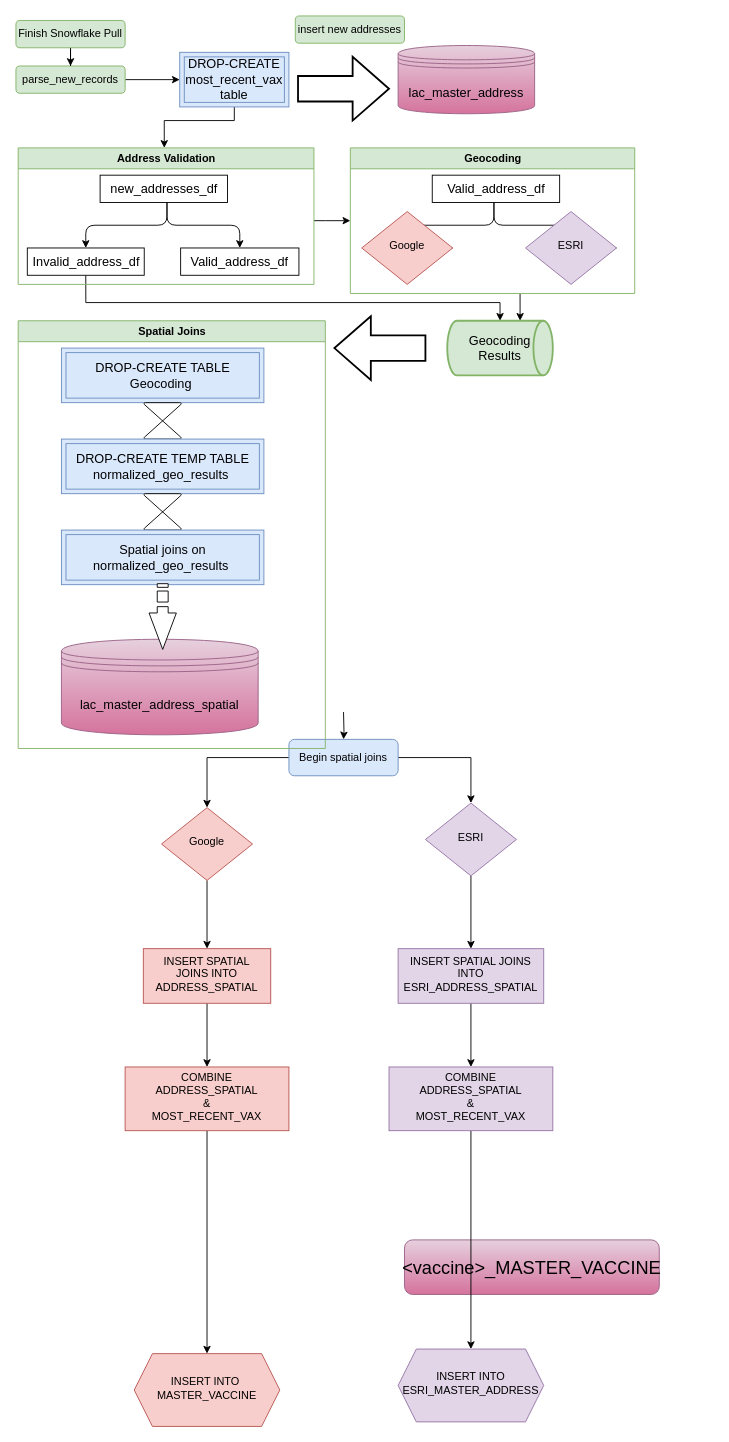
Earlier version of the draw.io diagram conolidated_address_pipeline.drawio (Primordial-Haggis/LA_county_vax_etl_workflow). Source tidied: cells renumbered, new cells numbered last; positions are measured from the earlier drawing's top-left corner, leaving out a move shared by most shapes. Both pictures are drawn from the tidied source at 91%, with x=0, y=0 at pixel (15, 15).
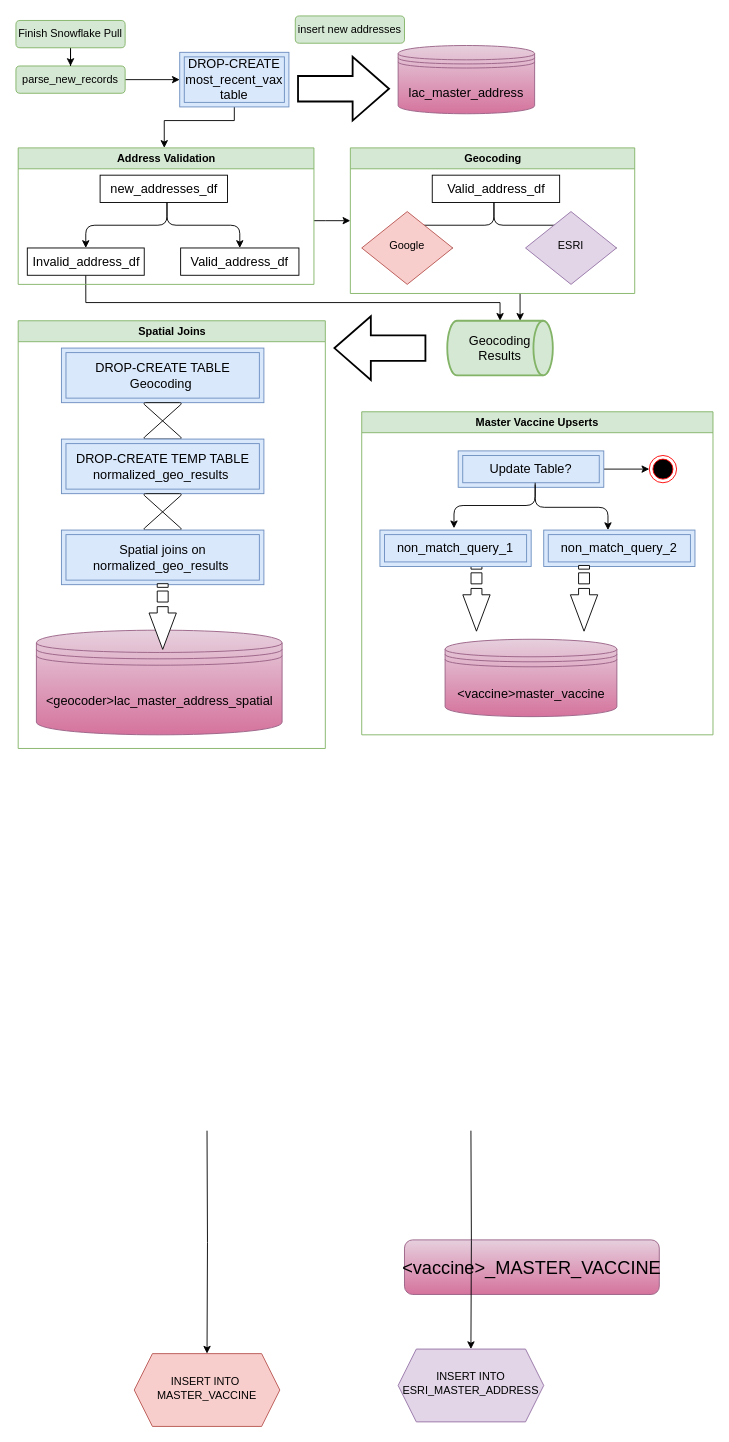
The same diagram, later.

The change refers to these unchanged cells:
```xml
<mxCell id="19" value="INSERT INTO&amp;nbsp;&lt;br&gt;MASTER_VACCINE" style="shape=hexagon;perimeter=hexagonPerimeter2;whiteSpace=wrap;html=1;fixedSize=1;fillColor=#f8cecc;strokeColor=#b85450;shadow=0;strokeWidth=1;spacing=6;spacingTop=-4;" parent="1" vertex="1">
  <mxGeometry x="130" y="1470" width="160" height="80" as="geometry" />
</mxCell>
<mxCell id="20" value="INSERT INTO ESRI_MASTER_ADDRESS" style="shape=hexagon;perimeter=hexagonPerimeter2;whiteSpace=wrap;html=1;fixedSize=1;fillColor=#e1d5e7;strokeColor=#9673a6;shadow=0;strokeWidth=1;spacing=6;spacingTop=-4;" parent="1" vertex="1">
  <mxGeometry x="420" y="1465" width="160" height="80" as="geometry" />
</mxCell>
<mxCell id="48" value="Spatial Joins" style="horizontal=1;whiteSpace=wrap;html=1;fontSize=12;glass=0;strokeWidth=1;shadow=0;fillColor=#d5e8d4;strokeColor=#82b366;swimlane;" parent="1" vertex="1">
  <mxGeometry x="2.5" y="335" width="337.5" height="470" as="geometry" />
</mxCell>
```

Change to the diagram source:
```diff
@@
-    <mxCell id="2" style="edgeStyle=orthogonalEdgeStyle;rounded=0;jettySize=auto;html=1;" parent="1" edge="1" target="5">
-      <mxGeometry relative="1" as="geometry">
-        <mxPoint x="360" y="765" as="sourcePoint" />
-      </mxGeometry>
-    </mxCell>
-    <mxCell id="3" style="edgeStyle=orthogonalEdgeStyle;rounded=0;jettySize=auto;html=1;entryX=0.5;entryY=0;entryDx=0;entryDy=0;" parent="1" edge="1" source="5" target="9">
-      <mxGeometry relative="1" as="geometry" />
-    </mxCell>
-    <mxCell id="4" style="edgeStyle=orthogonalEdgeStyle;rounded=0;jettySize=auto;html=1;entryX=0.5;entryY=0;entryDx=0;entryDy=0;" parent="1" edge="1" source="5" target="7">
-      <mxGeometry relative="1" as="geometry" />
-    </mxCell>
-    <mxCell id="5" value="Begin spatial joins" style="rounded=1;whiteSpace=wrap;html=1;fontSize=12;glass=0;strokeWidth=1;shadow=0;fillColor=#dae8fc;strokeColor=#6c8ebf;" parent="1" vertex="1">
-      <mxGeometry x="300" y="795" width="120" height="40" as="geometry" />
-    </mxCell>
-    <mxCell id="6" style="edgeStyle=orthogonalEdgeStyle;rounded=0;jettySize=auto;html=1;fontSize=12;" parent="1" edge="1" source="7" target="11">
-      <mxGeometry relative="1" as="geometry" />
-    </mxCell>
-    <mxCell id="7" value="Google" style="rhombus;whiteSpace=wrap;html=1;shadow=0;fontFamily=Helvetica;fontSize=12;align=center;strokeWidth=1;spacing=6;spacingTop=-4;fillColor=#f8cecc;strokeColor=#b85450;" parent="1" vertex="1">
-      <mxGeometry x="160" y="870" width="100" height="80" as="geometry" />
-    </mxCell>
-    <mxCell id="8" style="edgeStyle=orthogonalEdgeStyle;rounded=0;jettySize=auto;html=1;fontSize=12;" parent="1" edge="1" source="9" target="13">
-      <mxGeometry relative="1" as="geometry" />
-    </mxCell>
-    <mxCell id="9" value="ESRI" style="rhombus;whiteSpace=wrap;html=1;shadow=0;fontFamily=Helvetica;fontSize=12;align=center;strokeWidth=1;spacing=6;spacingTop=-4;fillColor=#e1d5e7;strokeColor=#9673a6;" parent="1" vertex="1">
-      <mxGeometry x="450" y="865" width="100" height="80" as="geometry" />
-    </mxCell>
-    <mxCell id="10" style="edgeStyle=orthogonalEdgeStyle;rounded=0;jettySize=auto;html=1;fontSize=20;fontColor=#000000;" parent="1" edge="1" source="11" target="16">
-      <mxGeometry relative="1" as="geometry">
-        <Array as="points">
-          <mxPoint x="210" y="1205" />
-        </Array>
-      </mxGeometry>
-    </mxCell>
-    <mxCell id="11" value="INSERT SPATIAL JOINS INTO ADDRESS_SPATIAL" style="whiteSpace=wrap;html=1;fillColor=#f8cecc;strokeColor=#b85450;shadow=0;strokeWidth=1;spacing=6;spacingTop=-4;" parent="1" vertex="1">
-      <mxGeometry x="140" y="1025" width="140" height="60" as="geometry" />
-    </mxCell>
-    <mxCell id="12" style="edgeStyle=orthogonalEdgeStyle;rounded=0;jettySize=auto;html=1;fontSize=20;fontColor=#000000;" parent="1" edge="1" source="13" target="18">
-      <mxGeometry relative="1" as="geometry" />
-    </mxCell>
-    <mxCell id="13" value="INSERT SPATIAL JOINS INTO ESRI_ADDRESS_SPATIAL" style="whiteSpace=wrap;html=1;fillColor=#e1d5e7;strokeColor=#9673a6;shadow=0;strokeWidth=1;spacing=6;spacingTop=-4;" parent="1" vertex="1">
-      <mxGeometry x="420" y="1025" width="160" height="60" as="geometry" />
-    </mxCell>
@@
-    <mxCell id="15" style="edgeStyle=orthogonalEdgeStyle;rounded=0;jettySize=auto;html=1;fontSize=20;fontColor=#000000;" parent="1" edge="1" source="16" target="19">
-      <mxGeometry relative="1" as="geometry" />
+    <mxCell id="15" style="edgeStyle=orthogonalEdgeStyle;rounded=0;jettySize=auto;html=1;fontSize=20;fontColor=#000000;" parent="1" edge="1" target="19">
+      <mxGeometry relative="1" as="geometry">
+        <mxPoint x="210" y="1225" as="sourcePoint" />
+      </mxGeometry>
     </mxCell>
-    <mxCell id="16" value="COMBINE&lt;br&gt;ADDRESS_SPATIAL&lt;br&gt;&amp;amp;&lt;br&gt;MOST_RECENT_VAX" style="whiteSpace=wrap;html=1;fillColor=#f8cecc;strokeColor=#b85450;shadow=0;strokeWidth=1;spacing=6;spacingTop=-4;" parent="1" vertex="1">
-      <mxGeometry x="120" y="1155" width="180" height="70" as="geometry" />
-    </mxCell>
-    <mxCell id="17" style="edgeStyle=orthogonalEdgeStyle;rounded=0;jettySize=auto;html=1;fontSize=20;fontColor=#000000;" parent="1" edge="1" source="18" target="20">
-      <mxGeometry relative="1" as="geometry" />
+    <mxCell id="17" style="edgeStyle=orthogonalEdgeStyle;rounded=0;jettySize=auto;html=1;fontSize=20;fontColor=#000000;" parent="1" edge="1" target="20">
+      <mxGeometry relative="1" as="geometry">
+        <mxPoint x="500" y="1225" as="sourcePoint" />
+      </mxGeometry>
     </mxCell>
-    <mxCell id="18" value="COMBINE&lt;br&gt;ADDRESS_SPATIAL&lt;br&gt;&amp;amp;&lt;br&gt;MOST_RECENT_VAX" style="whiteSpace=wrap;html=1;fillColor=#e1d5e7;strokeColor=#9673a6;shadow=0;strokeWidth=1;spacing=6;spacingTop=-4;" parent="1" vertex="1">
-      <mxGeometry x="410" y="1155" width="180" height="70" as="geometry" />
-    </mxCell>
@@
-    <mxCell id="50" value="&lt;font style=&quot;font-size: 14px;&quot;&gt;lac_master_address_spatial&lt;/font&gt;" style="shape=datastore;whiteSpace=wrap;html=1;fontSize=18;fontSize=20;fillColor=#e6d0de;gradientColor=#d5739d;strokeColor=#996185;" parent="48" vertex="1">
-      <mxGeometry x="47.5" y="350" width="216.2" height="105" as="geometry" />
+    <mxCell id="50" value="&lt;font style=&quot;font-size: 14px;&quot;&gt;&amp;lt;geocoder&amp;gt;lac_master_address_spatial&lt;/font&gt;" style="shape=datastore;whiteSpace=wrap;html=1;fontSize=18;fontSize=20;fillColor=#e6d0de;gradientColor=#d5739d;strokeColor=#996185;" parent="48" vertex="1">
+      <mxGeometry x="20" y="340" width="270" height="115" as="geometry" />
     </mxCell>
@@
+    <mxCell id="57" value="Master Vaccine Upserts" style="horizontal=1;whiteSpace=wrap;html=1;fontSize=12;glass=0;strokeWidth=1;shadow=0;fillColor=#d5e8d4;strokeColor=#82b366;swimlane;" parent="1" vertex="1">
+      <mxGeometry x="380" y="435" width="386" height="355" as="geometry" />
+    </mxCell>
+    <mxCell id="58" style="html=1;shadow=0;dashed=0;align=center;verticalAlign=middle;shape=mxgraph.arrows2.stripedArrow;dy=0.6;dx=40;notch=25.24;fontSize=14;rotation=90;" parent="57" vertex="1">
+      <mxGeometry x="90" y="190" width="72.2" height="30" as="geometry" />
+    </mxCell>
+    <mxCell id="59" value="&lt;font style=&quot;font-size: 14px;&quot;&gt;&amp;lt;vaccine&amp;gt;master_vaccine&lt;/font&gt;" style="shape=datastore;whiteSpace=wrap;html=1;fontSize=18;fontSize=20;fillColor=#e6d0de;gradientColor=#d5739d;strokeColor=#996185;" parent="57" vertex="1">
+      <mxGeometry x="91.6" y="250" width="188.8" height="85" as="geometry" />
+    </mxCell>
+    <mxCell id="60" style="ellipse;html=1;shape=endState;fillColor=#000000;strokeColor=#ff0000;fontSize=14;" parent="57" vertex="1">
+      <mxGeometry x="316" y="48" width="30" height="30" as="geometry" />
+    </mxCell>
+    <mxCell id="61" value="non_match_query_1" style="shape=ext;margin=3;double=1;whiteSpace=wrap;html=1;align=center;fontSize=14;fillColor=#dae8fc;strokeColor=#6c8ebf;" parent="57" vertex="1">
+      <mxGeometry x="20" y="130" width="166.2" height="40" as="geometry" />
+    </mxCell>
+    <mxCell id="62" style="edgeStyle=orthogonalEdgeStyle;rounded=0;jettySize=auto;html=1;fontSize=14;" parent="57" edge="1" source="63" target="60">
+      <mxGeometry relative="1" as="geometry" />
+    </mxCell>
+    <mxCell id="63" value="Update Table?" style="shape=ext;margin=3;double=1;whiteSpace=wrap;html=1;align=center;fontSize=14;fillColor=#dae8fc;strokeColor=#6c8ebf;" parent="57" vertex="1">
+      <mxGeometry x="106" y="43" width="160" height="40" as="geometry" />
+    </mxCell>
+    <mxCell id="64" value="non_match_query_2" style="shape=ext;margin=3;double=1;whiteSpace=wrap;html=1;align=center;fontSize=14;fillColor=#dae8fc;strokeColor=#6c8ebf;" parent="57" vertex="1">
+      <mxGeometry x="200" y="130" width="166.2" height="40" as="geometry" />
+    </mxCell>
+    <mxCell id="65" style="edgeStyle=elbowEdgeStyle;elbow=vertical;html=1;rounded=1;curved=0;sourcePerimeterSpacing=0;targetPerimeterSpacing=0;startSize=6;endSize=6;fontSize=14;" parent="57" edge="1">
+      <mxGeometry relative="1" as="geometry">
+        <mxPoint x="190.6" y="78" as="sourcePoint" />
+        <mxPoint x="101.4" y="128" as="targetPoint" />
+      </mxGeometry>
+    </mxCell>
+    <mxCell id="66" style="edgeStyle=elbowEdgeStyle;elbow=vertical;html=1;rounded=1;curved=0;sourcePerimeterSpacing=0;targetPerimeterSpacing=0;startSize=6;endSize=6;fontSize=14;" parent="57" edge="1">
+      <mxGeometry relative="1" as="geometry">
+        <mxPoint x="190.6" y="80" as="sourcePoint" />
+        <mxPoint x="270.6" y="130" as="targetPoint" />
+      </mxGeometry>
+    </mxCell>
+    <mxCell id="67" style="html=1;shadow=0;dashed=0;align=center;verticalAlign=middle;shape=mxgraph.arrows2.stripedArrow;dy=0.6;dx=40;notch=25.24;fontSize=14;rotation=90;" parent="57" vertex="1">
+      <mxGeometry x="208.2" y="190" width="72.2" height="30" as="geometry" />
+    </mxCell>
```
